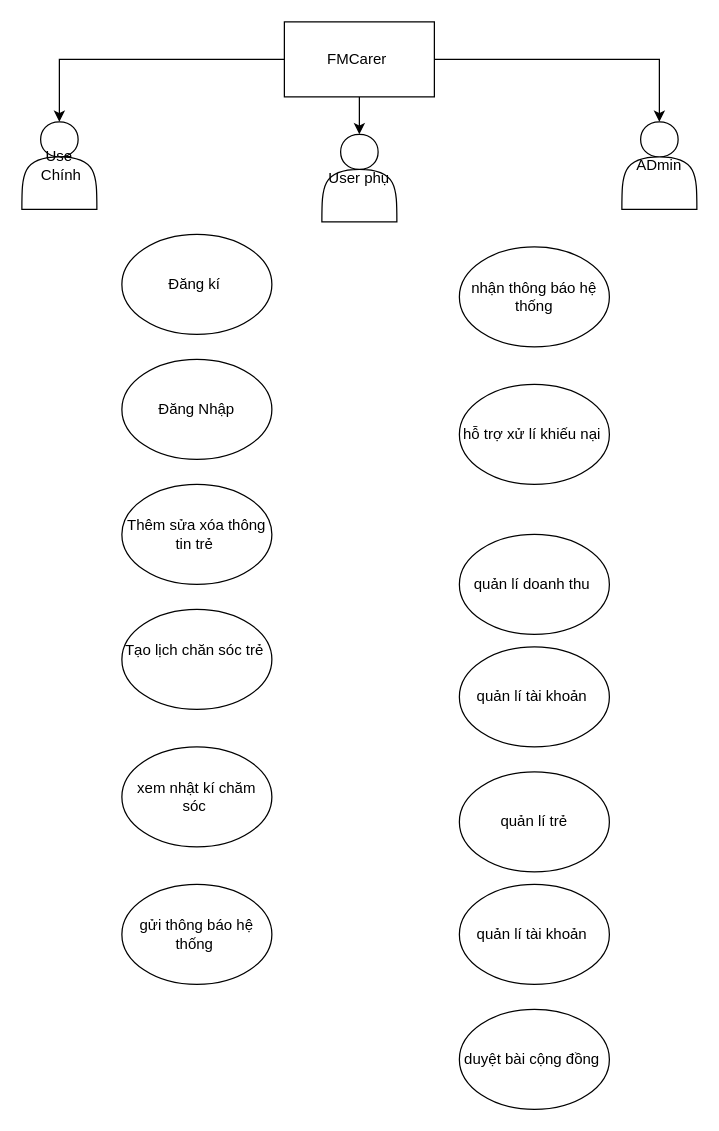
Above: UseCase.drawio in NguyenTuanDat187/draw (draw.io), before the change. Source tidied: cells renumbered, new cells numbered last; positions are measured from the earlier drawing's top-left corner, leaving out a move shared by most shapes. Both pictures are drawn from the tidied source at 125%, with x=0, y=0 at pixel (21, 21).
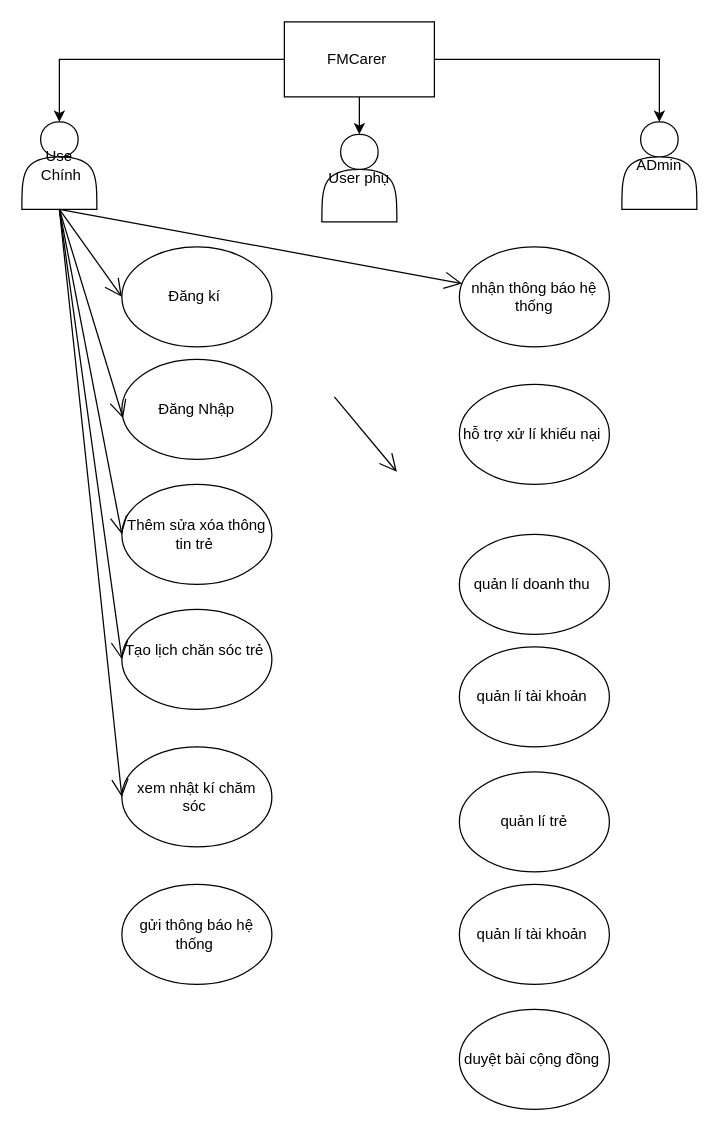
The same page after the edit.

Commit message:
Cập nhật UseCase.drawio

Unchanged cells that the change refers to:
```xml
<mxCell id="6" value="Use&lt;div&gt;&amp;nbsp;Chính&lt;/div&gt;" style="shape=actor;whiteSpace=wrap;html=1;" parent="1" vertex="1">
  <mxGeometry y="80" width="60" height="70" as="geometry" />
</mxCell>
<mxCell id="10" value="Đăng Nhập" style="ellipse;whiteSpace=wrap;html=1;" parent="1" vertex="1">
  <mxGeometry x="80" y="270" width="120" height="80" as="geometry" />
</mxCell>
<mxCell id="11" value="Thêm sửa xóa thông tin trẻ&amp;nbsp;" style="ellipse;whiteSpace=wrap;html=1;" parent="1" vertex="1">
  <mxGeometry x="80" y="370" width="120" height="80" as="geometry" />
</mxCell>
<mxCell id="12" value="Tạo lịch chăn sóc trẻ&amp;nbsp;&lt;div&gt;&lt;br&gt;&lt;/div&gt;" style="ellipse;whiteSpace=wrap;html=1;" parent="1" vertex="1">
  <mxGeometry x="80" y="470" width="120" height="80" as="geometry" />
</mxCell>
<mxCell id="13" value="xem nhật kí chăm sóc&amp;nbsp;" style="ellipse;whiteSpace=wrap;html=1;" parent="1" vertex="1">
  <mxGeometry x="80" y="580" width="120" height="80" as="geometry" />
</mxCell>
<mxCell id="18" value="nhận thông báo hệ thống" style="ellipse;whiteSpace=wrap;html=1;" parent="1" vertex="1">
  <mxGeometry x="350" y="180" width="120" height="80" as="geometry" />
</mxCell>
```

Change to the diagram source:
```diff
@@
     <mxCell id="9" value="Đăng kí&amp;nbsp;" style="ellipse;whiteSpace=wrap;html=1;" parent="1" vertex="1">
-      <mxGeometry x="80" y="170" width="120" height="80" as="geometry" />
+      <mxGeometry x="80" y="180" width="120" height="80" as="geometry" />
     </mxCell>
@@
+    <mxCell id="22" style="endArrow=open;endFill=1;endSize=12;html=1;rounded=0;exitX=0.5;exitY=1;exitDx=0;exitDy=0;entryX=0;entryY=0.5;entryDx=0;entryDy=0;" parent="1" edge="1" source="6" target="9">
+      <mxGeometry relative="1" as="geometry" />
+    </mxCell>
+    <mxCell id="23" style="endArrow=open;endFill=1;endSize=12;html=1;rounded=0;entryX=0.008;entryY=0.588;entryDx=0;entryDy=0;exitX=0.5;exitY=1;exitDx=0;exitDy=0;entryPerimeter=0;" parent="1" edge="1" source="6" target="10">
+      <mxGeometry relative="1" as="geometry" />
+    </mxCell>
+    <mxCell id="24" style="endArrow=open;endFill=1;endSize=12;html=1;rounded=0;entryX=0;entryY=0.5;entryDx=0;entryDy=0;" parent="1" edge="1" target="11">
+      <mxGeometry relative="1" as="geometry">
+        <mxPoint x="30" y="150" as="sourcePoint" />
+      </mxGeometry>
+    </mxCell>
+    <mxCell id="25" style="endArrow=open;endFill=1;endSize=12;html=1;rounded=0;exitX=0.5;exitY=1;exitDx=0;exitDy=0;entryX=0;entryY=0.5;entryDx=0;entryDy=0;" parent="1" edge="1" source="6" target="12">
+      <mxGeometry relative="1" as="geometry" />
+    </mxCell>
+    <mxCell id="26" style="endArrow=open;endFill=1;endSize=12;html=1;rounded=0;entryX=0;entryY=0.5;entryDx=0;entryDy=0;" parent="1" edge="1" target="13">
+      <mxGeometry relative="1" as="geometry">
+        <mxPoint x="30" y="150" as="sourcePoint" />
+      </mxGeometry>
+    </mxCell>
+    <mxCell id="27" style="endArrow=open;endFill=1;endSize=12;html=1;rounded=0;exitX=0.5;exitY=1;exitDx=0;exitDy=0;entryX=0;entryY=0.5;entryDx=0;entryDy=0;" parent="1" edge="1">
+      <mxGeometry relative="1" as="geometry">
+        <mxPoint x="250" y="300" as="sourcePoint" />
+        <mxPoint x="300" y="360" as="targetPoint" />
+      </mxGeometry>
+    </mxCell>
+    <mxCell id="28" style="endArrow=open;endFill=1;endSize=12;html=1;rounded=0;exitX=0.5;exitY=1;exitDx=0;exitDy=0;" parent="1" edge="1" source="6" target="18">
+      <mxGeometry relative="1" as="geometry" />
+    </mxCell>
```
